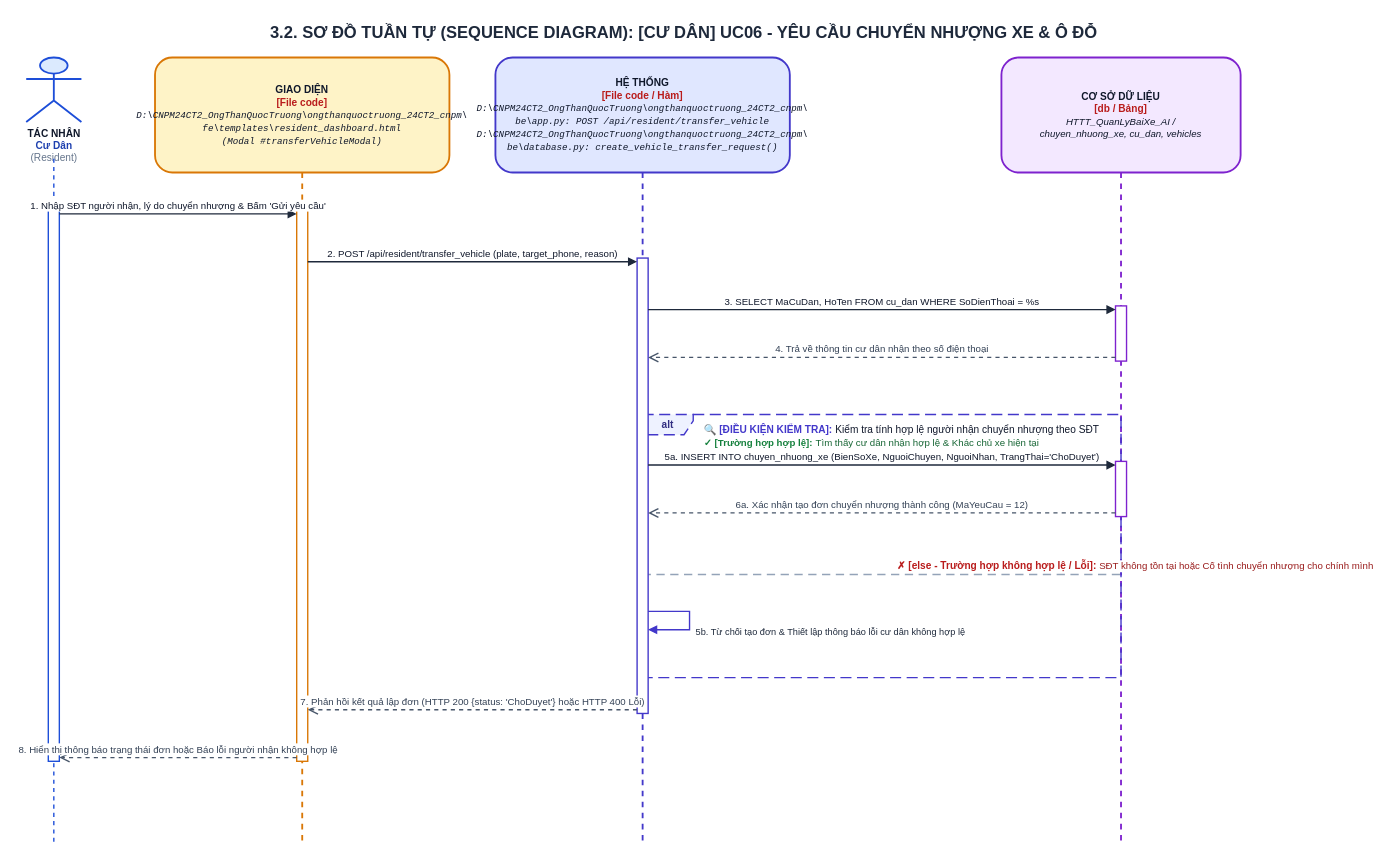
Truong027/CNPM24 keeps this draw.io diagram as ongthanquoctruong_24CT2_cnpm/docs/drawio/uc06_resident_transfer_request.drawio. Above is the earlier version. Source tidied: cells renumbered, new cells numbered last; positions are measured from the earlier drawing's top-left corner, leaving out a move shared by most shapes. Both pictures are drawn from the tidied source at 92%, with x=0, y=0 at pixel (17, 16).
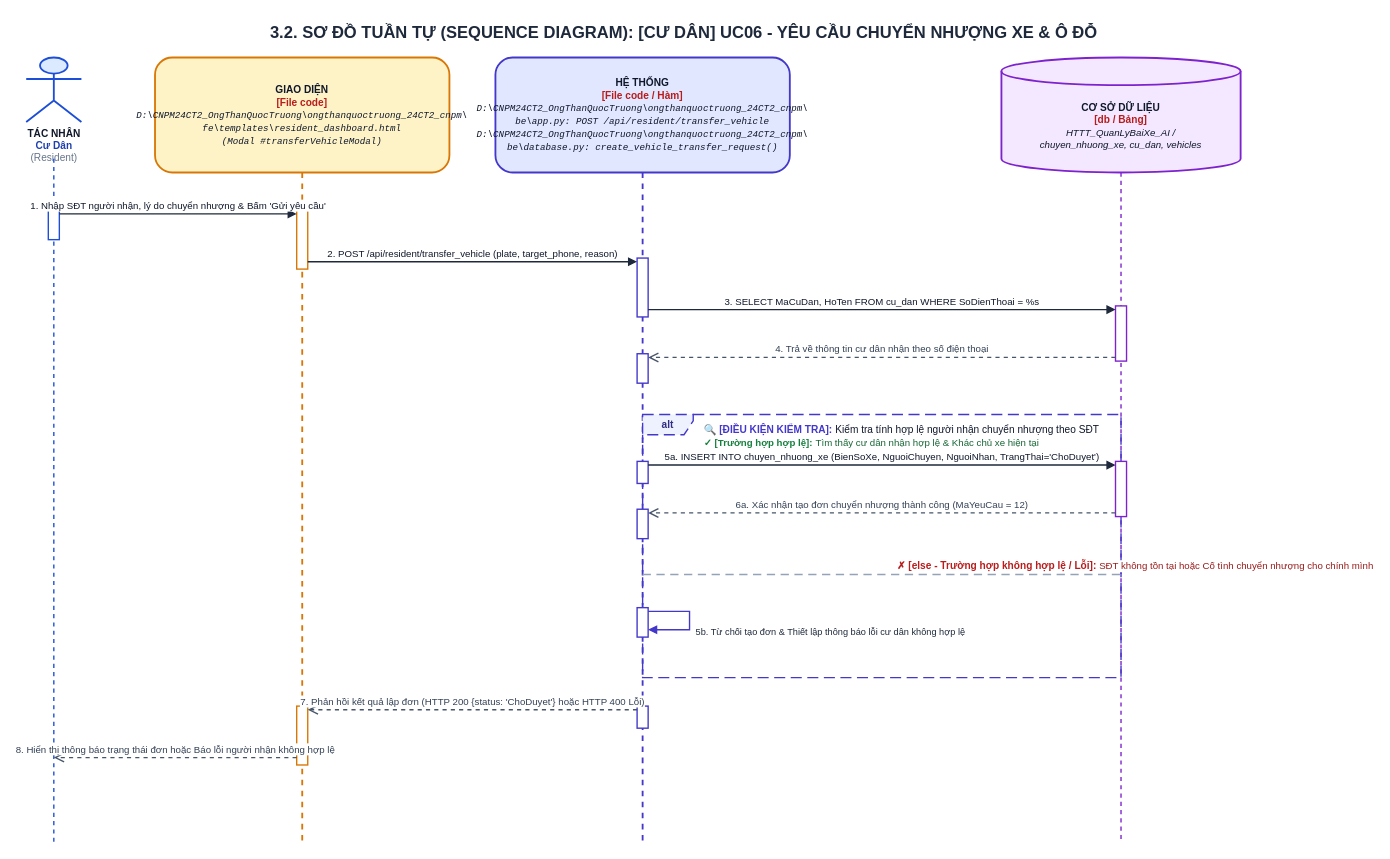
Above is the later version.

What changed in the source:
```diff
@@
+    <mxCell id="25" value="&lt;b&gt;CƠ SỞ DỮ LIỆU&lt;/b&gt;&lt;br/&gt;&lt;font color='#B91C1C'&gt;&lt;b&gt;[db / Bảng]&lt;/b&gt;&lt;/font&gt;&lt;br/&gt;&lt;font style='font-size: 10.5px;'&gt;&lt;i&gt;HTTT_QuanLyBaiXe_AI /&lt;br/&gt;chuyen_nhuong_xe, cu_dan, vehicles&lt;/i&gt;&lt;/font&gt;" style="shape=cylinder3;whiteSpace=wrap;html=1;boundedLbl=1;backgroundOutline=1;size=15;fillColor=#F3E8FF;strokeColor=#7E22CE;strokeWidth=2;fontColor=#0F172A;align=center;fontSize=11;" parent="1" vertex="1">
+      <mxGeometry x="1070" y="45" width="260" height="125" as="geometry" />
+    </mxCell>
-    <mxCell id="7" value="&lt;b&gt;CƠ SỞ DỮ LIỆU&lt;/b&gt;&lt;br/&gt;&lt;font color='#B91C1C'&gt;&lt;b&gt;[db / Bảng]&lt;/b&gt;&lt;/font&gt;&lt;br/&gt;&lt;font style='font-size: 10.5px;'&gt;&lt;i&gt;HTTT_QuanLyBaiXe_AI /&lt;br/&gt;chuyen_nhuong_xe, cu_dan, vehicles&lt;/i&gt;&lt;/font&gt;" style="shape=umlLifeline;perimeter=lifelinePerimeter;whiteSpace=wrap;html=1;size=125;fillColor=#F3E8FF;strokeColor=#7E22CE;strokeWidth=2;fontColor=#0F172A;rounded=1;shadow=0;fontSize=11;align=center;" parent="1" vertex="1">
-      <mxGeometry x="1070" y="45" width="260" height="853" as="geometry" />
+    <mxCell id="7" style="endArrow=none;dashed=1;html=1;strokeWidth=1.5;strokeColor=#7E22CE;" parent="1" edge="1">
+      <mxGeometry relative="1" as="geometry">
+        <mxPoint x="1200" y="170" as="sourcePoint" />
+        <mxPoint x="1200" y="898" as="targetPoint" />
+      </mxGeometry>
     </mxCell>
@@
-    <mxCell id="11" style="html=1;perimeter=orthogonalPerimeter;targetShapes=umlLifeline;topToBottom=1;fillColor=#FFFFFF;strokeColor=#1D4ED8;strokeWidth=1.5;rounded=0;" parent="1" vertex="1">
-      <mxGeometry x="34" y="211" width="12" height="599" as="geometry" />
-    </mxCell>
-    <mxCell id="12" style="html=1;perimeter=orthogonalPerimeter;targetShapes=umlLifeline;topToBottom=1;fillColor=#FFFFFF;strokeColor=#D97706;strokeWidth=1.5;rounded=0;" parent="1" vertex="1">
-      <mxGeometry x="304" y="211" width="12" height="599" as="geometry" />
-    </mxCell>
-    <mxCell id="13" style="html=1;perimeter=orthogonalPerimeter;targetShapes=umlLifeline;topToBottom=1;fillColor=#FFFFFF;strokeColor=#4338CA;strokeWidth=1.5;rounded=0;" parent="1" vertex="1">
-      <mxGeometry x="674" y="263" width="12" height="495" as="geometry" />
-    </mxCell>
+    <mxCell id="26" style="html=1;perimeter=orthogonalPerimeter;targetShapes=umlLifeline;topToBottom=1;fillColor=#FFFFFF;strokeColor=#1D4ED8;strokeWidth=1.5;rounded=0;" parent="1" vertex="1">
+      <mxGeometry x="34" y="211" width="12" height="32" as="geometry" />
+    </mxCell>
+    <mxCell id="27" style="html=1;perimeter=orthogonalPerimeter;targetShapes=umlLifeline;topToBottom=1;fillColor=#FFFFFF;strokeColor=#D97706;strokeWidth=1.5;rounded=0;" parent="1" vertex="1">
+      <mxGeometry x="304" y="211" width="12" height="64" as="geometry" />
+    </mxCell>
+    <mxCell id="28" style="html=1;perimeter=orthogonalPerimeter;targetShapes=umlLifeline;topToBottom=1;fillColor=#FFFFFF;strokeColor=#D97706;strokeWidth=1.5;rounded=0;" parent="1" vertex="1">
+      <mxGeometry x="304" y="750" width="12" height="64" as="geometry" />
+    </mxCell>
+    <mxCell id="29" style="html=1;perimeter=orthogonalPerimeter;targetShapes=umlLifeline;topToBottom=1;fillColor=#FFFFFF;strokeColor=#4338CA;strokeWidth=1.5;rounded=0;" parent="1" vertex="1">
+      <mxGeometry x="674" y="263" width="12" height="64" as="geometry" />
+    </mxCell>
+    <mxCell id="30" style="html=1;perimeter=orthogonalPerimeter;targetShapes=umlLifeline;topToBottom=1;fillColor=#FFFFFF;strokeColor=#4338CA;strokeWidth=1.5;rounded=0;" parent="1" vertex="1">
+      <mxGeometry x="674" y="367" width="12" height="32" as="geometry" />
+    </mxCell>
+    <mxCell id="31" style="html=1;perimeter=orthogonalPerimeter;targetShapes=umlLifeline;topToBottom=1;fillColor=#FFFFFF;strokeColor=#4338CA;strokeWidth=1.5;rounded=0;" parent="1" vertex="1">
+      <mxGeometry x="674" y="484" width="12" height="24" as="geometry" />
+    </mxCell>
+    <mxCell id="32" style="html=1;perimeter=orthogonalPerimeter;targetShapes=umlLifeline;topToBottom=1;fillColor=#FFFFFF;strokeColor=#4338CA;strokeWidth=1.5;rounded=0;" parent="1" vertex="1">
+      <mxGeometry x="674" y="536" width="12" height="32" as="geometry" />
+    </mxCell>
+    <mxCell id="33" style="html=1;perimeter=orthogonalPerimeter;targetShapes=umlLifeline;topToBottom=1;fillColor=#FFFFFF;strokeColor=#4338CA;strokeWidth=1.5;rounded=0;" parent="1" vertex="1">
+      <mxGeometry x="674" y="643" width="12" height="32" as="geometry" />
+    </mxCell>
+    <mxCell id="34" style="html=1;perimeter=orthogonalPerimeter;targetShapes=umlLifeline;topToBottom=1;fillColor=#FFFFFF;strokeColor=#4338CA;strokeWidth=1.5;rounded=0;" parent="1" vertex="1">
+      <mxGeometry x="674" y="750" width="12" height="24" as="geometry" />
+    </mxCell>
@@
     <mxCell id="24" value="8. Hiển thị thông báo trạng thái đơn hoặc Báo lỗi người nhận không hợp lệ" style="html=1;verticalAlign=bottom;endArrow=open;dashed=1;endSize=8;rounded=0;strokeColor=#475569;strokeWidth=1.5;fontColor=#334155;fontSize=10.5;" parent="1" edge="1">
       <mxGeometry relative="1" as="geometry">
         <mxPoint x="304" y="806" as="sourcePoint" />
-        <mxPoint x="46" y="806" as="targetPoint" />
+        <mxPoint x="40" y="806" as="targetPoint" />
       </mxGeometry>
     </mxCell>
```
